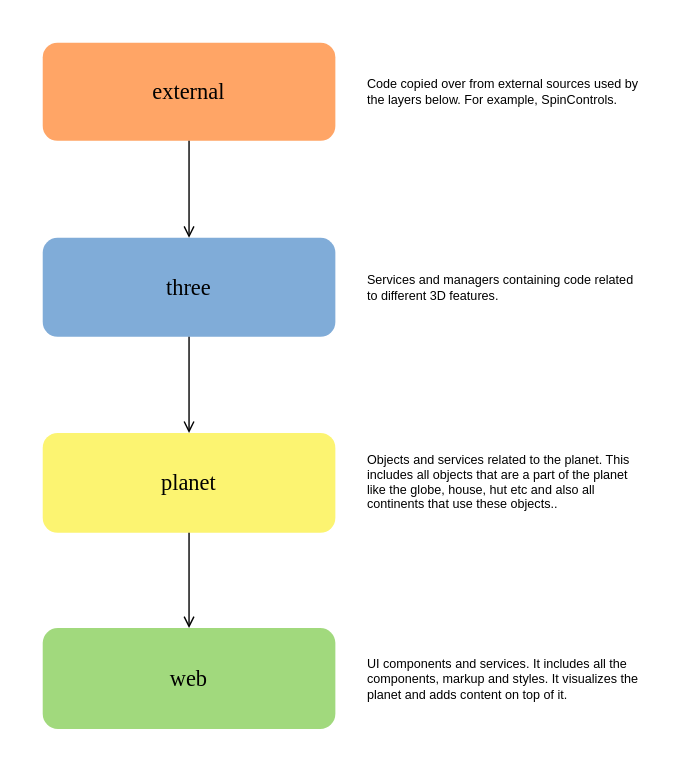
Above: docs/architecture.svg in 9inpachi/my-planet (draw.io), before the change. Source tidied: cells renumbered, new cells last; positions are measured from the earlier drawing's top-left corner, leaving out a move shared by most shapes. Source of this version:
```xml
<mxGraphModel>
  <root>
    <mxCell id="0" />
    <mxCell id="1" parent="0" />
    <mxCell id="2" value="external" style="rounded=1;whiteSpace=wrap;html=1;glass=0;shadow=0;fillColor=#ffa566ff;strokeColor=none;fontFamily=Varela Round;fontSource=https%3A%2F%2Ffonts.googleapis.com%2Fcss%3Ffamily%3DVarela%2BRound;fontSize=16;" parent="1" vertex="1">
      <mxGeometry width="209" height="70" as="geometry" />
    </mxCell>
    <mxCell id="3" value="three" style="rounded=1;whiteSpace=wrap;html=1;glass=0;shadow=0;fillColor=#80acd8ff;strokeColor=none;fontFamily=Varela Round;fontSource=https%3A%2F%2Ffonts.googleapis.com%2Fcss%3Ffamily%3DVarela%2BRound;fontSize=16;" parent="1" vertex="1">
      <mxGeometry y="139.3" width="209" height="70.7" as="geometry" />
    </mxCell>
    <mxCell id="4" style="edgeStyle=orthogonalEdgeStyle;rounded=0;jettySize=auto;html=1;endArrow=open;endFill=0;" parent="1" edge="1" source="2" target="3">
      <mxGeometry relative="1" as="geometry" />
    </mxCell>
    <mxCell id="5" value="planet" style="rounded=1;whiteSpace=wrap;html=1;glass=0;shadow=0;fillColor=#fcf471ff;strokeColor=none;fontFamily=Varela Round;fontSource=https%3A%2F%2Ffonts.googleapis.com%2Fcss%3Ffamily%3DVarela%2BRound;fontSize=16;" parent="1" vertex="1">
      <mxGeometry y="278.6" width="209" height="71.4" as="geometry" />
    </mxCell>
    <mxCell id="6" style="edgeStyle=orthogonalEdgeStyle;rounded=0;jettySize=auto;html=1;exitX=0.5;exitY=1;exitDx=0;exitDy=0;endArrow=open;endFill=0;" parent="1" edge="1" source="3" target="5">
      <mxGeometry relative="1" as="geometry" />
    </mxCell>
    <mxCell id="7" value="web" style="rounded=1;whiteSpace=wrap;html=1;glass=0;shadow=0;fillColor=#a1d97dff;strokeColor=none;fontFamily=Varela Round;fontSource=https%3A%2F%2Ffonts.googleapis.com%2Fcss%3Ffamily%3DVarela%2BRound;fontSize=16;" parent="1" vertex="1">
      <mxGeometry y="417.9" width="209" height="72.1" as="geometry" />
    </mxCell>
    <mxCell id="8" style="edgeStyle=orthogonalEdgeStyle;rounded=0;jettySize=auto;html=1;endArrow=open;endFill=0;" parent="1" edge="1" source="5" target="7">
      <mxGeometry relative="1" as="geometry" />
    </mxCell>
    <mxCell id="9" value="Code copied over from external sources used by the layers below. For example, SpinControls." style="text;html=1;strokeColor=none;fillColor=none;align=left;verticalAlign=top;whiteSpace=wrap;rounded=0;fontSize=9;" parent="1" vertex="1">
      <mxGeometry x="230" y="17.8" width="200.3" height="52.2" as="geometry" />
    </mxCell>
    <mxCell id="10" value="Services and managers containing code related to different 3D features." style="text;html=1;strokeColor=none;fillColor=none;align=left;verticalAlign=top;whiteSpace=wrap;rounded=0;fontSize=9;" parent="1" vertex="1">
      <mxGeometry x="230" y="157.8" width="200.3" height="42.2" as="geometry" />
    </mxCell>
    <mxCell id="11" value="Objects and services related to the planet. This includes all objects that are a part of the planet like the globe, house, hut etc and also all continents that use these objects.." style="text;html=1;strokeColor=none;fillColor=none;align=left;verticalAlign=top;whiteSpace=wrap;rounded=0;fontSize=9;" parent="1" vertex="1">
      <mxGeometry x="230" y="285.9" width="200.3" height="56.8" as="geometry" />
    </mxCell>
    <mxCell id="12" value="UI components and services. It includes all the components, markup and styles. It visualizes the planet and adds content on top of it." style="text;html=1;strokeColor=none;fillColor=none;align=left;verticalAlign=top;whiteSpace=wrap;rounded=0;fontSize=9;" parent="1" vertex="1">
      <mxGeometry x="230" y="431.7" width="200.3" height="44.5" as="geometry" />
    </mxCell>
  </root>
</mxGraphModel>
```
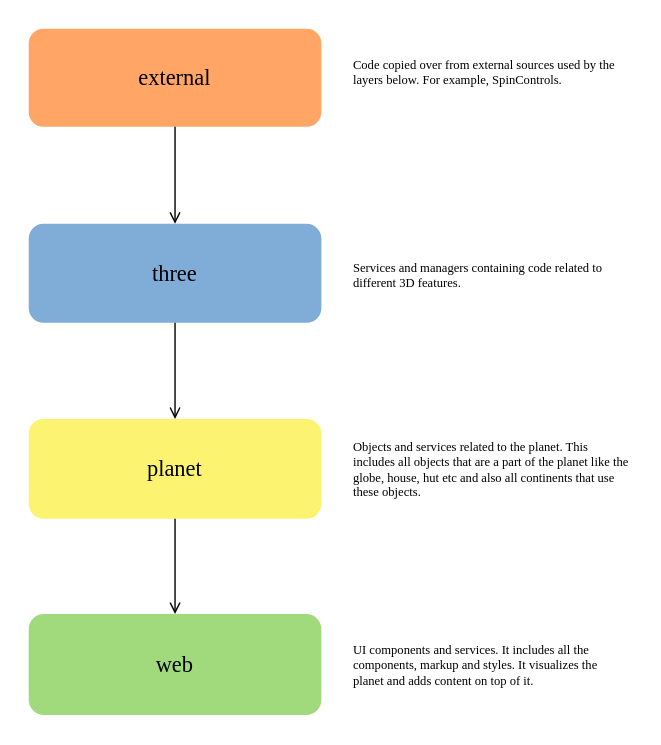
Above is the later version.

Commit message:
Update architecture diagram

What changed in the source:
```diff
@@ -8,31 +8,31 @@
     <mxCell id="3" value="three" style="rounded=1;whiteSpace=wrap;html=1;glass=0;shadow=0;fillColor=#80acd8ff;strokeColor=none;fontFamily=Varela Round;fontSource=https%3A%2F%2Ffonts.googleapis.com%2Fcss%3Ffamily%3DVarela%2BRound;fontSize=16;" parent="1" vertex="1">
       <mxGeometry y="139.3" width="209" height="70.7" as="geometry" />
     </mxCell>
-    <mxCell id="4" style="edgeStyle=orthogonalEdgeStyle;rounded=0;jettySize=auto;html=1;endArrow=open;endFill=0;" parent="1" edge="1" source="2" target="3">
+    <mxCell id="4" style="edgeStyle=orthogonalEdgeStyle;rounded=0;jettySize=auto;html=1;endArrow=open;endFill=0;fontFamily=Varela Round;fontSource=https%3A%2F%2Ffonts.googleapis.com%2Fcss%3Ffamily%3DVarela%2BRound;" parent="1" edge="1" source="2" target="3">
       <mxGeometry relative="1" as="geometry" />
     </mxCell>
     <mxCell id="5" value="planet" style="rounded=1;whiteSpace=wrap;html=1;glass=0;shadow=0;fillColor=#fcf471ff;strokeColor=none;fontFamily=Varela Round;fontSource=https%3A%2F%2Ffonts.googleapis.com%2Fcss%3Ffamily%3DVarela%2BRound;fontSize=16;" parent="1" vertex="1">
       <mxGeometry y="278.6" width="209" height="71.4" as="geometry" />
     </mxCell>
-    <mxCell id="6" style="edgeStyle=orthogonalEdgeStyle;rounded=0;jettySize=auto;html=1;exitX=0.5;exitY=1;exitDx=0;exitDy=0;endArrow=open;endFill=0;" parent="1" edge="1" source="3" target="5">
+    <mxCell id="6" style="edgeStyle=orthogonalEdgeStyle;rounded=0;jettySize=auto;html=1;exitX=0.5;exitY=1;exitDx=0;exitDy=0;endArrow=open;endFill=0;fontFamily=Varela Round;fontSource=https%3A%2F%2Ffonts.googleapis.com%2Fcss%3Ffamily%3DVarela%2BRound;" parent="1" edge="1" source="3" target="5">
       <mxGeometry relative="1" as="geometry" />
     </mxCell>
     <mxCell id="7" value="web" style="rounded=1;whiteSpace=wrap;html=1;glass=0;shadow=0;fillColor=#a1d97dff;strokeColor=none;fontFamily=Varela Round;fontSource=https%3A%2F%2Ffonts.googleapis.com%2Fcss%3Ffamily%3DVarela%2BRound;fontSize=16;" parent="1" vertex="1">
       <mxGeometry y="417.9" width="209" height="72.1" as="geometry" />
     </mxCell>
-    <mxCell id="8" style="edgeStyle=orthogonalEdgeStyle;rounded=0;jettySize=auto;html=1;endArrow=open;endFill=0;" parent="1" edge="1" source="5" target="7">
+    <mxCell id="8" style="edgeStyle=orthogonalEdgeStyle;rounded=0;jettySize=auto;html=1;endArrow=open;endFill=0;fontFamily=Varela Round;fontSource=https%3A%2F%2Ffonts.googleapis.com%2Fcss%3Ffamily%3DVarela%2BRound;" parent="1" edge="1" source="5" target="7">
       <mxGeometry relative="1" as="geometry" />
     </mxCell>
-    <mxCell id="9" value="Code copied over from external sources used by the layers below. For example, SpinControls." style="text;html=1;strokeColor=none;fillColor=none;align=left;verticalAlign=top;whiteSpace=wrap;rounded=0;fontSize=9;" parent="1" vertex="1">
-      <mxGeometry x="230" y="17.8" width="200.3" height="52.2" as="geometry" />
+    <mxCell id="9" value="Code copied over from external sources used by the layers below. For example, SpinControls." style="text;html=1;strokeColor=none;fillColor=none;align=left;verticalAlign=top;whiteSpace=wrap;rounded=0;fontSize=9;fontFamily=Varela Round;fontSource=https%3A%2F%2Ffonts.googleapis.com%2Fcss%3Ffamily%3DVarela%2BRound;" parent="1" vertex="1">
+      <mxGeometry x="230" y="14.4" width="200.3" height="41.1" as="geometry" />
     </mxCell>
-    <mxCell id="10" value="Services and managers containing code related to different 3D features." style="text;html=1;strokeColor=none;fillColor=none;align=left;verticalAlign=top;whiteSpace=wrap;rounded=0;fontSize=9;" parent="1" vertex="1">
-      <mxGeometry x="230" y="157.8" width="200.3" height="42.2" as="geometry" />
+    <mxCell id="10" value="Services and managers containing code related to different 3D features." style="text;html=1;strokeColor=none;fillColor=none;align=left;verticalAlign=top;whiteSpace=wrap;rounded=0;fontSize=9;fontFamily=Varela Round;fontSource=https%3A%2F%2Ffonts.googleapis.com%2Fcss%3Ffamily%3DVarela%2BRound;" parent="1" vertex="1">
+      <mxGeometry x="230" y="158.5" width="200.3" height="32.2" as="geometry" />
     </mxCell>
-    <mxCell id="11" value="Objects and services related to the planet. This includes all objects that are a part of the planet like the globe, house, hut etc and also all continents that use these objects.." style="text;html=1;strokeColor=none;fillColor=none;align=left;verticalAlign=top;whiteSpace=wrap;rounded=0;fontSize=9;" parent="1" vertex="1">
-      <mxGeometry x="230" y="285.9" width="200.3" height="56.8" as="geometry" />
+    <mxCell id="11" value="Objects and services related to the planet. This includes all objects that are a part of the planet like the globe, house, hut etc and also all continents that use these objects." style="text;html=1;strokeColor=none;fillColor=none;align=left;verticalAlign=top;whiteSpace=wrap;rounded=0;fontSize=9;fontFamily=Varela Round;fontSource=https%3A%2F%2Ffonts.googleapis.com%2Fcss%3Ffamily%3DVarela%2BRound;" parent="1" vertex="1">
+      <mxGeometry x="230" y="287.3" width="200.3" height="54.1" as="geometry" />
     </mxCell>
-    <mxCell id="12" value="UI components and services. It includes all the components, markup and styles. It visualizes the planet and adds content on top of it." style="text;html=1;strokeColor=none;fillColor=none;align=left;verticalAlign=top;whiteSpace=wrap;rounded=0;fontSize=9;" parent="1" vertex="1">
+    <mxCell id="12" value="UI components and services. It includes all the components, markup and styles. It visualizes the planet and adds content on top of it." style="text;html=1;strokeColor=none;fillColor=none;align=left;verticalAlign=top;whiteSpace=wrap;rounded=0;fontSize=9;fontFamily=Varela Round;fontSource=https%3A%2F%2Ffonts.googleapis.com%2Fcss%3Ffamily%3DVarela%2BRound;" parent="1" vertex="1">
       <mxGeometry x="230" y="431.7" width="200.3" height="44.5" as="geometry" />
     </mxCell>
   </root>
```
